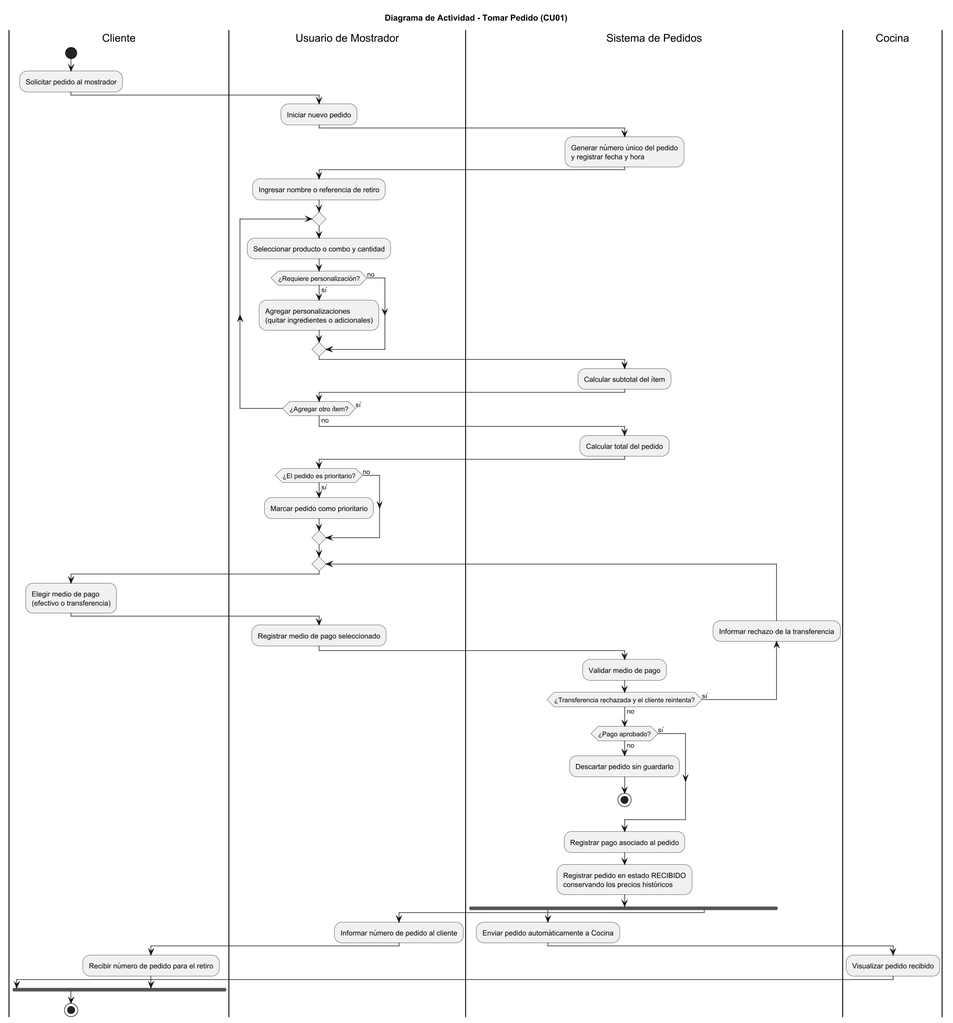
This is diagramas/04-diagramas-actividades/04-actividad-tomar-pedido-01.png from eloeyhe/SistemaPedidos, a PlantUML export, as it was before one commit. Its diagram source:
```plantuml
@startuml 04-actividad-tomar-pedido-01
!pragma layout smetana
skinparam dpi 150
skinparam ArrowFontSize 11

title Diagrama de Actividad - Tomar Pedido (CU01)

|Cliente|
start
:Solicitar pedido al mostrador;

|Usuario de Mostrador|
:Iniciar nuevo pedido;

|Sistema de Pedidos|
:Generar número único del pedido
y registrar fecha y hora;

|Usuario de Mostrador|
:Ingresar nombre o referencia de retiro;

repeat
  :Seleccionar producto o combo y cantidad;
  if (¿Requiere personalización?) then (sí)
    :Agregar personalizaciones
    (quitar ingredientes o adicionales);
  else (no)
  endif
  |Sistema de Pedidos|
  :Calcular subtotal del ítem;
  |Usuario de Mostrador|
repeat while (¿Agregar otro ítem?) is (sí) not (no)

|Sistema de Pedidos|
:Calcular total del pedido;

|Usuario de Mostrador|
if (¿El pedido es prioritario?) then (sí)
  :Marcar pedido como prioritario;
else (no)
endif

repeat
  |Cliente|
  :Elegir medio de pago
  (efectivo o transferencia);
  |Usuario de Mostrador|
  :Registrar medio de pago seleccionado;
  |Sistema de Pedidos|
  :Validar medio de pago;
backward :Informar rechazo de la transferencia;
repeat while (¿Transferencia rechazada y el cliente reintenta?) is (sí) not (no)

if (¿Pago aprobado?) then (no)
  :Descartar pedido sin guardarlo;
  stop
else (sí)
endif

:Registrar pago asociado al pedido;
:Registrar pedido en estado RECIBIDO
conservando los precios históricos;

fork
  :Enviar pedido automáticamente a Cocina;
  |Cocina|
  :Visualizar pedido recibido;
fork again
  |Usuario de Mostrador|
  :Informar número de pedido al cliente;
  |Cliente|
  :Recibir número de pedido para el retiro;
end fork

stop
@enduml
```
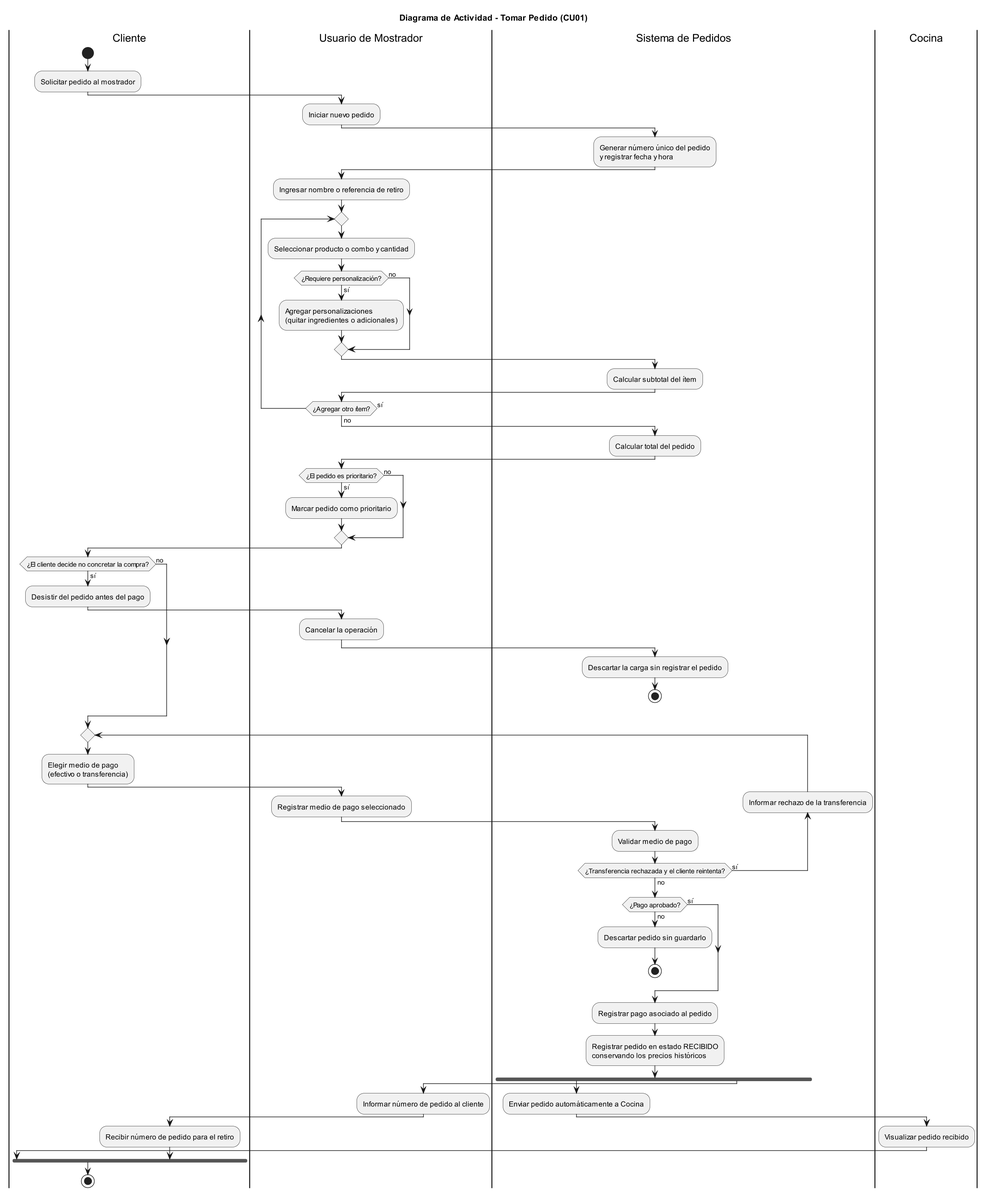
The same file after the commit.

Commit message:
Corrijo diagramas de actividades segun revision de la PR #190

What changed in the source:
```diff
@@ -1,5 +1,4 @@
 @startuml 04-actividad-tomar-pedido-01
-!pragma layout smetana
 skinparam dpi 150
 skinparam ArrowFontSize 11
 
@@ -40,6 +39,17 @@
 else (no)
 endif
 
+|Cliente|
+if (¿El cliente decide no concretar la compra?) then (sí)
+  :Desistir del pedido antes del pago;
+  |Usuario de Mostrador|
+  :Cancelar la operación;
+  |Sistema de Pedidos|
+  :Descartar la carga sin registrar el pedido;
+  stop
+else (no)
+endif
+
 repeat
   |Cliente|
   :Elegir medio de pago
```
